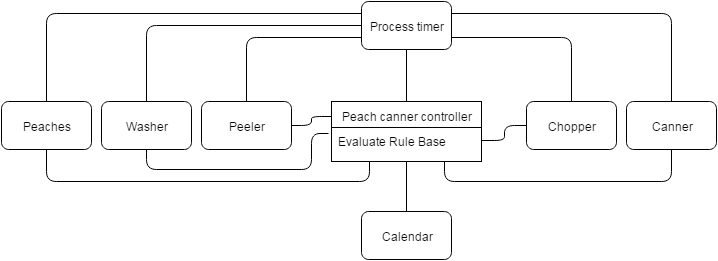
The draw.io diagram Bilder/poltergeist.png in Mudvayne/HS, before a commit. Source tidied: cells renumbered, new cells last; positions are measured from the earlier drawing's top-left corner, leaving out a move shared by most shapes. The source it was exported from:
```xml
<mxGraphModel background="#ffffff">
  <root>
    <mxCell id="0" />
    <mxCell id="1" parent="0" />
    <mxCell id="2" value="Peach canner controller" style="swimlane;html=1;fontStyle=0;horizontal=1;startSize=26;fillColor=none;swimlaneFillColor=#ffffff;" parent="1" vertex="1">
      <mxGeometry x="330" y="100" width="150" height="60" as="geometry" />
    </mxCell>
    <mxCell id="3" value="Evaluate Rule Base" style="text;html=1;strokeColor=none;fillColor=none;align=left;verticalAlign=top;spacingLeft=4;spacingRight=4;whiteSpace=wrap;overflow=hidden;points=[[0,0.5],[1,0.5]];portConstraint=eastwest;" parent="2" vertex="1">
      <mxGeometry y="26" width="150" height="26" as="geometry" />
    </mxCell>
    <mxCell id="4" style="edgeStyle=orthogonalEdgeStyle;rounded=1;html=1;exitX=0.5;exitY=0;entryX=0;entryY=0.75;endArrow=none;endFill=0;jettySize=auto;strokeColor=#000000;" parent="1" edge="1" source="6" target="20">
      <mxGeometry relative="1" as="geometry" />
    </mxCell>
    <mxCell id="5" style="edgeStyle=orthogonalEdgeStyle;rounded=1;html=1;exitX=1;exitY=0.5;entryX=0;entryY=0.25;endArrow=none;endFill=0;jettySize=auto;strokeColor=#000000;" parent="1" edge="1" source="6" target="2">
      <mxGeometry relative="1" as="geometry" />
    </mxCell>
    <mxCell id="6" value="Peeler" style="rounded=1;whiteSpace=wrap;html=1;" parent="1" vertex="1">
      <mxGeometry x="200" y="100" width="90" height="48" as="geometry" />
    </mxCell>
    <mxCell id="7" style="edgeStyle=orthogonalEdgeStyle;rounded=1;html=1;exitX=0.5;exitY=0;entryX=0;entryY=0.5;endArrow=none;endFill=0;jettySize=auto;strokeColor=#000000;" parent="1" edge="1" source="9" target="20">
      <mxGeometry relative="1" as="geometry" />
    </mxCell>
    <mxCell id="8" style="edgeStyle=orthogonalEdgeStyle;rounded=1;html=1;exitX=0.5;exitY=1;entryX=-0.02;entryY=0.231;entryPerimeter=0;endArrow=none;endFill=0;jettySize=auto;strokeColor=#000000;" parent="1" edge="1" source="9" target="3">
      <mxGeometry relative="1" as="geometry">
        <Array as="points">
          <mxPoint x="145" y="168" />
          <mxPoint x="310" y="168" />
          <mxPoint x="310" y="132" />
        </Array>
      </mxGeometry>
    </mxCell>
    <mxCell id="9" value="Washer" style="rounded=1;whiteSpace=wrap;html=1;" parent="1" vertex="1">
      <mxGeometry x="100" y="100" width="90" height="48" as="geometry" />
    </mxCell>
    <mxCell id="10" style="edgeStyle=orthogonalEdgeStyle;rounded=1;html=1;exitX=0.5;exitY=0;entryX=0;entryY=0.25;endArrow=none;endFill=0;jettySize=auto;strokeColor=#000000;" parent="1" edge="1" source="12" target="20">
      <mxGeometry relative="1" as="geometry" />
    </mxCell>
    <mxCell id="11" style="edgeStyle=orthogonalEdgeStyle;rounded=1;html=1;exitX=0.5;exitY=1;entryX=0.25;entryY=1;endArrow=none;endFill=0;jettySize=auto;strokeColor=#000000;" parent="1" edge="1" source="12" target="2">
      <mxGeometry relative="1" as="geometry" />
    </mxCell>
    <mxCell id="12" value="Peaches" style="rounded=1;whiteSpace=wrap;html=1;" parent="1" vertex="1">
      <mxGeometry y="100" width="90" height="48" as="geometry" />
    </mxCell>
    <mxCell id="13" style="edgeStyle=orthogonalEdgeStyle;rounded=1;html=1;exitX=0;exitY=0.5;entryX=1;entryY=0.5;endArrow=none;endFill=0;jettySize=auto;strokeColor=#000000;" parent="1" edge="1" source="14" target="3">
      <mxGeometry relative="1" as="geometry" />
    </mxCell>
    <mxCell id="14" value="Chopper" style="rounded=1;whiteSpace=wrap;html=1;" parent="1" vertex="1">
      <mxGeometry x="525" y="100" width="90" height="48" as="geometry" />
    </mxCell>
    <mxCell id="15" style="edgeStyle=orthogonalEdgeStyle;rounded=1;html=1;exitX=0.5;exitY=1;entryX=0.75;entryY=1;endArrow=none;endFill=0;jettySize=auto;strokeColor=#000000;" parent="1" edge="1" source="16" target="2">
      <mxGeometry relative="1" as="geometry" />
    </mxCell>
    <mxCell id="16" value="Canner" style="rounded=1;whiteSpace=wrap;html=1;" parent="1" vertex="1">
      <mxGeometry x="625" y="100" width="90" height="48" as="geometry" />
    </mxCell>
    <mxCell id="17" style="edgeStyle=orthogonalEdgeStyle;rounded=1;html=1;exitX=1;exitY=0.75;entryX=0.5;entryY=0;endArrow=none;endFill=0;jettySize=auto;strokeColor=#000000;" parent="1" edge="1" source="20" target="14">
      <mxGeometry relative="1" as="geometry" />
    </mxCell>
    <mxCell id="18" style="edgeStyle=orthogonalEdgeStyle;rounded=1;html=1;exitX=1;exitY=0.25;entryX=0.5;entryY=0;endArrow=none;endFill=0;jettySize=auto;strokeColor=#000000;" parent="1" edge="1" source="20" target="16">
      <mxGeometry relative="1" as="geometry" />
    </mxCell>
    <mxCell id="19" style="edgeStyle=orthogonalEdgeStyle;rounded=1;html=1;exitX=0.5;exitY=1;entryX=0.5;entryY=0;endArrow=none;endFill=0;jettySize=auto;strokeColor=#000000;" parent="1" edge="1" source="20" target="2">
      <mxGeometry relative="1" as="geometry" />
    </mxCell>
    <mxCell id="20" value="Process timer" style="rounded=1;whiteSpace=wrap;html=1;" parent="1" vertex="1">
      <mxGeometry x="360" width="90" height="48" as="geometry" />
    </mxCell>
    <mxCell id="21" style="edgeStyle=orthogonalEdgeStyle;rounded=1;html=1;exitX=0.5;exitY=0;entryX=0.5;entryY=1;endArrow=none;endFill=0;jettySize=auto;strokeColor=#000000;" parent="1" edge="1" source="22" target="2">
      <mxGeometry relative="1" as="geometry" />
    </mxCell>
    <mxCell id="22" value="Calendar" style="rounded=1;whiteSpace=wrap;html=1;" parent="1" vertex="1">
      <mxGeometry x="360" y="210" width="90" height="48" as="geometry" />
    </mxCell>
  </root>
</mxGraphModel>
```
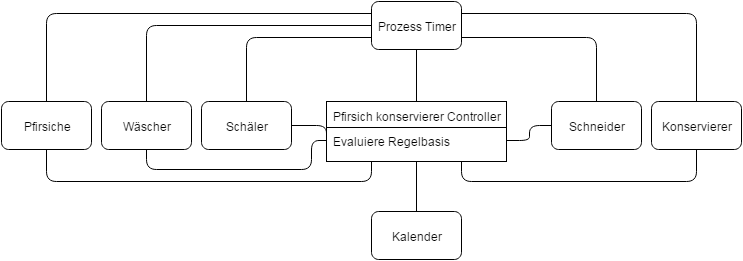
Above is the later version.

Change to the diagram source:
```diff
@@ -2,35 +2,35 @@
   <root>
     <mxCell id="0" />
     <mxCell id="1" parent="0" />
-    <mxCell id="2" value="Peach canner controller" style="swimlane;html=1;fontStyle=0;horizontal=1;startSize=26;fillColor=none;swimlaneFillColor=#ffffff;" parent="1" vertex="1">
-      <mxGeometry x="330" y="100" width="150" height="60" as="geometry" />
+    <mxCell id="2" value="Pfirsich konservierer Controller" style="swimlane;html=1;fontStyle=0;horizontal=1;startSize=26;fillColor=none;swimlaneFillColor=#ffffff;" parent="1" vertex="1">
+      <mxGeometry x="315" y="100" width="180" height="60" as="geometry" />
     </mxCell>
-    <mxCell id="3" value="Evaluate Rule Base" style="text;html=1;strokeColor=none;fillColor=none;align=left;verticalAlign=top;spacingLeft=4;spacingRight=4;whiteSpace=wrap;overflow=hidden;points=[[0,0.5],[1,0.5]];portConstraint=eastwest;" parent="2" vertex="1">
-      <mxGeometry y="26" width="150" height="26" as="geometry" />
+    <mxCell id="3" value="Evaluiere Regelbasis" style="text;html=1;strokeColor=none;fillColor=none;align=left;verticalAlign=top;spacingLeft=4;spacingRight=4;whiteSpace=wrap;overflow=hidden;points=[[0,0.5],[1,0.5]];portConstraint=eastwest;" parent="2" vertex="1">
+      <mxGeometry y="26" width="180" height="26" as="geometry" />
     </mxCell>
     <mxCell id="4" style="edgeStyle=orthogonalEdgeStyle;rounded=1;html=1;exitX=0.5;exitY=0;entryX=0;entryY=0.75;endArrow=none;endFill=0;jettySize=auto;strokeColor=#000000;" parent="1" edge="1" source="6" target="20">
       <mxGeometry relative="1" as="geometry" />
     </mxCell>
-    <mxCell id="5" style="edgeStyle=orthogonalEdgeStyle;rounded=1;html=1;exitX=1;exitY=0.5;entryX=0;entryY=0.25;endArrow=none;endFill=0;jettySize=auto;strokeColor=#000000;" parent="1" edge="1" source="6" target="2">
-      <mxGeometry relative="1" as="geometry" />
-    </mxCell>
+    <mxCell id="23" style="edgeStyle=orthogonalEdgeStyle;rounded=1;html=1;exitX=1;exitY=0.5;entryX=0;entryY=0.5;endArrow=none;endFill=0;jettySize=auto;strokeColor=#000000;" parent="1" edge="1" source="6" target="3">
+      <mxGeometry relative="1" as="geometry" />
+    </mxCell>
-    <mxCell id="6" value="Peeler" style="rounded=1;whiteSpace=wrap;html=1;" parent="1" vertex="1">
-      <mxGeometry x="200" y="100" width="90" height="48" as="geometry" />
+    <mxCell id="6" value="Schäler" style="rounded=1;whiteSpace=wrap;html=1;" parent="1" vertex="1">
+      <mxGeometry x="190" y="100" width="90" height="48" as="geometry" />
     </mxCell>
     <mxCell id="7" style="edgeStyle=orthogonalEdgeStyle;rounded=1;html=1;exitX=0.5;exitY=0;entryX=0;entryY=0.5;endArrow=none;endFill=0;jettySize=auto;strokeColor=#000000;" parent="1" edge="1" source="9" target="20">
       <mxGeometry relative="1" as="geometry" />
     </mxCell>
-    <mxCell id="8" style="edgeStyle=orthogonalEdgeStyle;rounded=1;html=1;exitX=0.5;exitY=1;entryX=-0.02;entryY=0.231;entryPerimeter=0;endArrow=none;endFill=0;jettySize=auto;strokeColor=#000000;" parent="1" edge="1" source="9" target="3">
+    <mxCell id="8" style="edgeStyle=orthogonalEdgeStyle;rounded=1;html=1;exitX=0.5;exitY=1;entryX=0;entryY=0.5;endArrow=none;endFill=0;jettySize=auto;strokeColor=#000000;" parent="1" edge="1" source="9" target="3">
       <mxGeometry relative="1" as="geometry">
         <Array as="points">
-          <mxPoint x="145" y="168" />
-          <mxPoint x="310" y="168" />
-          <mxPoint x="310" y="132" />
+          <mxPoint x="135" y="168" />
+          <mxPoint x="300" y="168" />
+          <mxPoint x="300" y="139" />
         </Array>
       </mxGeometry>
     </mxCell>
-    <mxCell id="9" value="Washer" style="rounded=1;whiteSpace=wrap;html=1;" parent="1" vertex="1">
-      <mxGeometry x="100" y="100" width="90" height="48" as="geometry" />
+    <mxCell id="9" value="Wäscher" style="rounded=1;whiteSpace=wrap;html=1;" parent="1" vertex="1">
+      <mxGeometry x="90" y="100" width="90" height="48" as="geometry" />
     </mxCell>
     <mxCell id="10" style="edgeStyle=orthogonalEdgeStyle;rounded=1;html=1;exitX=0.5;exitY=0;entryX=0;entryY=0.25;endArrow=none;endFill=0;jettySize=auto;strokeColor=#000000;" parent="1" edge="1" source="12" target="20">
       <mxGeometry relative="1" as="geometry" />
@@ -38,20 +38,20 @@
     <mxCell id="11" style="edgeStyle=orthogonalEdgeStyle;rounded=1;html=1;exitX=0.5;exitY=1;entryX=0.25;entryY=1;endArrow=none;endFill=0;jettySize=auto;strokeColor=#000000;" parent="1" edge="1" source="12" target="2">
       <mxGeometry relative="1" as="geometry" />
     </mxCell>
-    <mxCell id="12" value="Peaches" style="rounded=1;whiteSpace=wrap;html=1;" parent="1" vertex="1">
-      <mxGeometry y="100" width="90" height="48" as="geometry" />
+    <mxCell id="12" value="Pfirsiche" style="rounded=1;whiteSpace=wrap;html=1;" parent="1" vertex="1">
+      <mxGeometry x="-10" y="100" width="90" height="48" as="geometry" />
     </mxCell>
     <mxCell id="13" style="edgeStyle=orthogonalEdgeStyle;rounded=1;html=1;exitX=0;exitY=0.5;entryX=1;entryY=0.5;endArrow=none;endFill=0;jettySize=auto;strokeColor=#000000;" parent="1" edge="1" source="14" target="3">
       <mxGeometry relative="1" as="geometry" />
     </mxCell>
-    <mxCell id="14" value="Chopper" style="rounded=1;whiteSpace=wrap;html=1;" parent="1" vertex="1">
-      <mxGeometry x="525" y="100" width="90" height="48" as="geometry" />
+    <mxCell id="14" value="Schneider" style="rounded=1;whiteSpace=wrap;html=1;" parent="1" vertex="1">
+      <mxGeometry x="540" y="100" width="90" height="48" as="geometry" />
     </mxCell>
     <mxCell id="15" style="edgeStyle=orthogonalEdgeStyle;rounded=1;html=1;exitX=0.5;exitY=1;entryX=0.75;entryY=1;endArrow=none;endFill=0;jettySize=auto;strokeColor=#000000;" parent="1" edge="1" source="16" target="2">
       <mxGeometry relative="1" as="geometry" />
     </mxCell>
-    <mxCell id="16" value="Canner" style="rounded=1;whiteSpace=wrap;html=1;" parent="1" vertex="1">
-      <mxGeometry x="625" y="100" width="90" height="48" as="geometry" />
+    <mxCell id="16" value="Konservierer" style="rounded=1;whiteSpace=wrap;html=1;" parent="1" vertex="1">
+      <mxGeometry x="640" y="100" width="90" height="48" as="geometry" />
     </mxCell>
     <mxCell id="17" style="edgeStyle=orthogonalEdgeStyle;rounded=1;html=1;exitX=1;exitY=0.75;entryX=0.5;entryY=0;endArrow=none;endFill=0;jettySize=auto;strokeColor=#000000;" parent="1" edge="1" source="20" target="14">
       <mxGeometry relative="1" as="geometry" />
@@ -62,13 +62,13 @@
     <mxCell id="19" style="edgeStyle=orthogonalEdgeStyle;rounded=1;html=1;exitX=0.5;exitY=1;entryX=0.5;entryY=0;endArrow=none;endFill=0;jettySize=auto;strokeColor=#000000;" parent="1" edge="1" source="20" target="2">
       <mxGeometry relative="1" as="geometry" />
     </mxCell>
-    <mxCell id="20" value="Process timer" style="rounded=1;whiteSpace=wrap;html=1;" parent="1" vertex="1">
+    <mxCell id="20" value="Prozess Timer" style="rounded=1;whiteSpace=wrap;html=1;" parent="1" vertex="1">
       <mxGeometry x="360" width="90" height="48" as="geometry" />
     </mxCell>
     <mxCell id="21" style="edgeStyle=orthogonalEdgeStyle;rounded=1;html=1;exitX=0.5;exitY=0;entryX=0.5;entryY=1;endArrow=none;endFill=0;jettySize=auto;strokeColor=#000000;" parent="1" edge="1" source="22" target="2">
       <mxGeometry relative="1" as="geometry" />
     </mxCell>
-    <mxCell id="22" value="Calendar" style="rounded=1;whiteSpace=wrap;html=1;" parent="1" vertex="1">
+    <mxCell id="22" value="Kalender" style="rounded=1;whiteSpace=wrap;html=1;" parent="1" vertex="1">
       <mxGeometry x="360" y="210" width="90" height="48" as="geometry" />
     </mxCell>
   </root>
```
